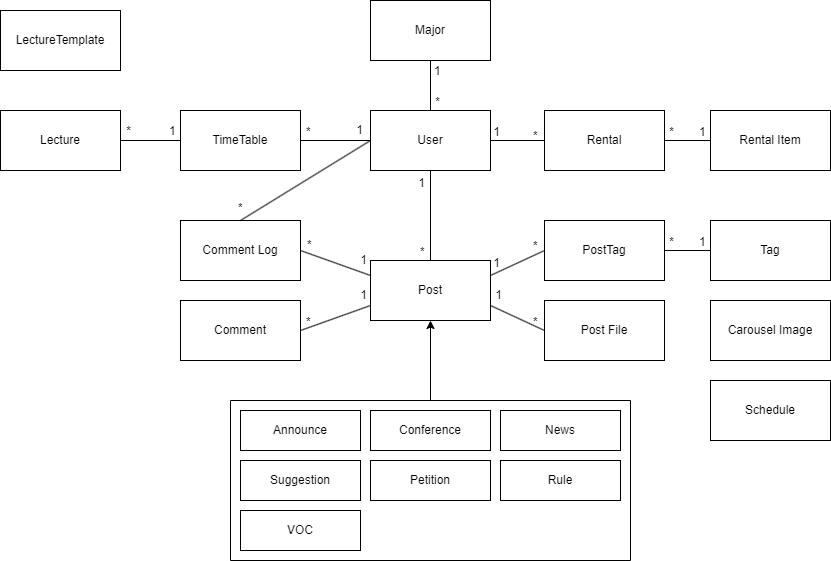
EveryUniv/student-council-homepage-backend keeps this draw.io diagram as docs/images/domain_model.png. Above is the earlier version. Source tidied: cells renumbered, new cells last; positions are measured from the earlier drawing's top-left corner, leaving out a move shared by most shapes.
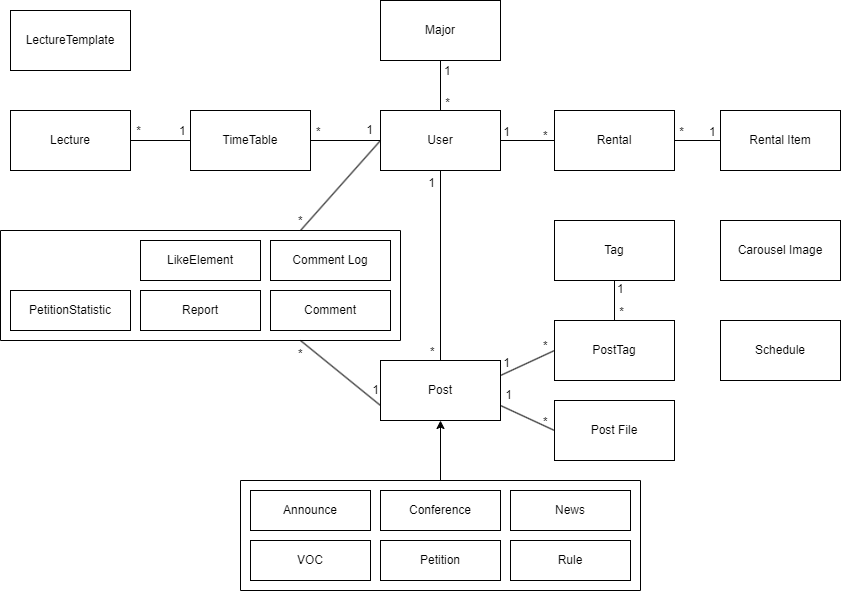
The same diagram one commit later.

Diff of the diagram source:
```diff
@@ -3,22 +3,16 @@
     <mxCell id="0" />
     <mxCell id="1" parent="0" />
     <mxCell id="2" value="Post" style="rounded=0;whiteSpace=wrap;html=1;" parent="1" vertex="1">
-      <mxGeometry x="370" y="260" width="120" height="60" as="geometry" />
+      <mxGeometry x="370" y="360" width="120" height="60" as="geometry" />
     </mxCell>
     <mxCell id="3" value="Carousel Image" style="rounded=0;whiteSpace=wrap;html=1;" parent="1" vertex="1">
-      <mxGeometry x="710" y="300" width="120" height="60" as="geometry" />
+      <mxGeometry x="710" y="220" width="120" height="60" as="geometry" />
     </mxCell>
     <mxCell id="4" value="User" style="rounded=0;whiteSpace=wrap;html=1;" parent="1" vertex="1">
       <mxGeometry x="370" y="110" width="120" height="60" as="geometry" />
     </mxCell>
-    <mxCell id="5" value="Comment Log" style="rounded=0;whiteSpace=wrap;html=1;" parent="1" vertex="1">
-      <mxGeometry x="180" y="220" width="120" height="60" as="geometry" />
-    </mxCell>
-    <mxCell id="6" value="Comment" style="rounded=0;whiteSpace=wrap;html=1;" parent="1" vertex="1">
-      <mxGeometry x="180" y="300" width="120" height="60" as="geometry" />
-    </mxCell>
     <mxCell id="7" value="Post File" style="rounded=0;whiteSpace=wrap;html=1;" parent="1" vertex="1">
-      <mxGeometry x="544" y="300" width="120" height="60" as="geometry" />
+      <mxGeometry x="544" y="400" width="120" height="60" as="geometry" />
     </mxCell>
     <mxCell id="8" style="endArrow=none;html=1;rounded=0;entryX=0.5;entryY=1;entryDx=0;entryDy=0;exitX=0.5;exitY=0;exitDx=0;exitDy=0;" parent="1" edge="1" source="2" target="4">
       <mxGeometry relative="1" as="geometry" />
@@ -33,17 +27,17 @@
         <mxPoint x="-5" y="21" as="offset" />
       </mxGeometry>
     </mxCell>
-    <mxCell id="11" style="endArrow=none;html=1;rounded=0;entryX=0;entryY=0.75;entryDx=0;entryDy=0;exitX=1;exitY=0.5;exitDx=0;exitDy=0;" parent="1" edge="1" source="6" target="2">
+    <mxCell id="11" style="endArrow=none;html=1;rounded=0;entryX=0;entryY=0.75;entryDx=0;entryDy=0;exitX=0.75;exitY=1;exitDx=0;exitDy=0;" parent="1" edge="1" source="61" target="2">
       <mxGeometry relative="1" as="geometry" />
     </mxCell>
     <mxCell id="12" value="*" style="html=1;align=left;verticalAlign=bottom;" parent="11" vertex="1">
       <mxGeometry x="-1" relative="1" as="geometry">
-        <mxPoint x="4" as="offset" />
+        <mxPoint x="-4" y="22" as="offset" />
       </mxGeometry>
     </mxCell>
     <mxCell id="13" value="1" style="html=1;align=right;verticalAlign=bottom;" parent="11" vertex="1">
       <mxGeometry x="1" relative="1" as="geometry">
-        <mxPoint x="-3" y="-2" as="offset" />
+        <mxPoint x="-2" y="-7" as="offset" />
       </mxGeometry>
     </mxCell>
     <mxCell id="14" style="endArrow=none;html=1;rounded=0;entryX=1;entryY=0.75;entryDx=0;entryDy=0;exitX=0;exitY=0.5;exitDx=0;exitDy=0;" parent="1" edge="1" source="7" target="2">
@@ -59,24 +53,11 @@
         <mxPoint x="12" y="-2" as="offset" />
       </mxGeometry>
     </mxCell>
-    <mxCell id="17" style="endArrow=none;html=1;rounded=0;entryX=0;entryY=0.25;entryDx=0;entryDy=0;exitX=1;exitY=0.5;exitDx=0;exitDy=0;" parent="1" edge="1" source="5" target="2">
-      <mxGeometry relative="1" as="geometry" />
-    </mxCell>
-    <mxCell id="18" value="*" style="html=1;align=left;verticalAlign=bottom;" parent="17" vertex="1">
-      <mxGeometry x="-1" relative="1" as="geometry">
-        <mxPoint x="5" y="3" as="offset" />
-      </mxGeometry>
-    </mxCell>
-    <mxCell id="19" value="1" style="html=1;align=right;verticalAlign=bottom;" parent="17" vertex="1">
-      <mxGeometry x="1" relative="1" as="geometry">
-        <mxPoint x="-3" y="-7" as="offset" />
-      </mxGeometry>
-    </mxCell>
     <mxCell id="20" style="edgeStyle=orthogonalEdgeStyle;rounded=0;jettySize=auto;html=1;exitX=0.5;exitY=0;exitDx=0;exitDy=0;entryX=0.5;entryY=1;entryDx=0;entryDy=0;" parent="1" edge="1" source="39" target="2">
       <mxGeometry relative="1" as="geometry" />
     </mxCell>
     <mxCell id="21" value="PostTag" style="rounded=0;whiteSpace=wrap;html=1;" parent="1" vertex="1">
-      <mxGeometry x="544" y="220" width="120" height="60" as="geometry" />
+      <mxGeometry x="544" y="320" width="120" height="60" as="geometry" />
     </mxCell>
     <mxCell id="22" style="endArrow=none;html=1;rounded=0;entryX=1;entryY=0.25;entryDx=0;entryDy=0;exitX=0;exitY=0.5;exitDx=0;exitDy=0;" parent="1" edge="1" source="21" target="2">
       <mxGeometry relative="1" as="geometry" />
@@ -91,12 +72,12 @@
         <mxPoint x="10" y="-4" as="offset" />
       </mxGeometry>
     </mxCell>
-    <mxCell id="25" style="endArrow=none;html=1;rounded=0;entryX=0;entryY=0.5;entryDx=0;entryDy=0;exitX=0.5;exitY=0;exitDx=0;exitDy=0;" parent="1" edge="1" source="5" target="4">
+    <mxCell id="25" style="endArrow=none;html=1;rounded=0;entryX=0;entryY=0.5;entryDx=0;entryDy=0;exitX=0.75;exitY=0;exitDx=0;exitDy=0;" parent="1" edge="1" source="61" target="4">
       <mxGeometry relative="1" as="geometry" />
     </mxCell>
     <mxCell id="26" value="*" style="html=1;align=left;verticalAlign=bottom;" parent="25" vertex="1">
       <mxGeometry x="-1" relative="1" as="geometry">
-        <mxPoint x="-4" y="-4" as="offset" />
+        <mxPoint x="-4" y="-1" as="offset" />
       </mxGeometry>
     </mxCell>
     <mxCell id="27" value="1" style="html=1;align=right;verticalAlign=bottom;" parent="25" vertex="1">
@@ -105,14 +86,14 @@
       </mxGeometry>
     </mxCell>
     <mxCell id="28" value="Tag" style="rounded=0;whiteSpace=wrap;html=1;" parent="1" vertex="1">
-      <mxGeometry x="710" y="220" width="120" height="60" as="geometry" />
+      <mxGeometry x="544" y="220" width="120" height="60" as="geometry" />
     </mxCell>
-    <mxCell id="29" style="endArrow=none;html=1;rounded=0;entryX=1;entryY=0.5;entryDx=0;entryDy=0;exitX=0;exitY=0.5;exitDx=0;exitDy=0;" parent="1" edge="1" source="28" target="21">
+    <mxCell id="29" style="endArrow=none;html=1;rounded=0;entryX=0.5;entryY=0;entryDx=0;entryDy=0;exitX=0.5;exitY=1;exitDx=0;exitDy=0;" parent="1" edge="1" source="28" target="21">
       <mxGeometry relative="1" as="geometry" />
     </mxCell>
     <mxCell id="30" value="1" style="html=1;align=left;verticalAlign=bottom;" parent="29" vertex="1">
       <mxGeometry x="-1" relative="1" as="geometry">
-        <mxPoint x="-13" as="offset" />
+        <mxPoint x="1" y="17" as="offset" />
       </mxGeometry>
     </mxCell>
     <mxCell id="31" value="*" style="html=1;align=right;verticalAlign=bottom;" parent="29" vertex="1">
@@ -120,30 +101,6 @@
         <mxPoint x="10" as="offset" />
       </mxGeometry>
     </mxCell>
-    <mxCell id="32" value="VOC" style="rounded=0;whiteSpace=wrap;html=1;" parent="1" vertex="1">
-      <mxGeometry x="240" y="510" width="120" height="40" as="geometry" />
-    </mxCell>
-    <mxCell id="33" value="Announce" style="rounded=0;whiteSpace=wrap;html=1;" parent="1" vertex="1">
-      <mxGeometry x="240" y="410" width="120" height="40" as="geometry" />
-    </mxCell>
-    <mxCell id="34" value="Conference" style="rounded=0;whiteSpace=wrap;html=1;" parent="1" vertex="1">
-      <mxGeometry x="370" y="410" width="120" height="40" as="geometry" />
-    </mxCell>
-    <mxCell id="35" value="News" style="rounded=0;whiteSpace=wrap;html=1;" parent="1" vertex="1">
-      <mxGeometry x="500" y="410" width="120" height="40" as="geometry" />
-    </mxCell>
-    <mxCell id="36" value="Rule" style="rounded=0;whiteSpace=wrap;html=1;" parent="1" vertex="1">
-      <mxGeometry x="500" y="460" width="120" height="40" as="geometry" />
-    </mxCell>
-    <mxCell id="37" value="Petition" style="rounded=0;whiteSpace=wrap;html=1;" parent="1" vertex="1">
-      <mxGeometry x="370" y="460" width="120" height="40" as="geometry" />
-    </mxCell>
-    <mxCell id="38" value="Suggestion" style="rounded=0;whiteSpace=wrap;html=1;" parent="1" vertex="1">
-      <mxGeometry x="240" y="460" width="120" height="40" as="geometry" />
-    </mxCell>
-    <mxCell id="39" style="swimlane;startSize=0;" parent="1" vertex="1">
-      <mxGeometry x="230" y="400" width="400" height="160" as="geometry" />
-    </mxCell>
     <mxCell id="40" value="Rental Item" style="rounded=0;whiteSpace=wrap;html=1;" parent="1" vertex="1">
       <mxGeometry x="710" y="110" width="120" height="60" as="geometry" />
     </mxCell>
@@ -223,7 +180,49 @@
       <mxGeometry y="10" width="120" height="60" as="geometry" />
     </mxCell>
     <mxCell id="60" value="Schedule" style="rounded=0;whiteSpace=wrap;html=1;" parent="1" vertex="1">
-      <mxGeometry x="710" y="380" width="120" height="60" as="geometry" />
+      <mxGeometry x="710" y="320" width="120" height="60" as="geometry" />
     </mxCell>
+    <mxCell id="61" style="swimlane;startSize=0;" parent="1" vertex="1">
+      <mxGeometry x="-10" y="230" width="400" height="110" as="geometry" />
+    </mxCell>
+    <mxCell id="5" value="Comment Log" style="rounded=0;whiteSpace=wrap;html=1;" parent="61" vertex="1">
+      <mxGeometry x="270" y="10" width="120" height="40" as="geometry" />
+    </mxCell>
+    <mxCell id="6" value="Comment" style="rounded=0;whiteSpace=wrap;html=1;" parent="61" vertex="1">
+      <mxGeometry x="270" y="60" width="120" height="40" as="geometry" />
+    </mxCell>
+    <mxCell id="62" value="Report" style="rounded=0;whiteSpace=wrap;html=1;" parent="61" vertex="1">
+      <mxGeometry x="140" y="60" width="120" height="40" as="geometry" />
+    </mxCell>
+    <mxCell id="63" value="LikeElement" style="rounded=0;whiteSpace=wrap;html=1;" parent="61" vertex="1">
+      <mxGeometry x="140" y="10" width="120" height="40" as="geometry" />
+    </mxCell>
+    <mxCell id="64" value="PetitionStatistic" style="rounded=0;whiteSpace=wrap;html=1;" parent="61" vertex="1">
+      <mxGeometry x="10" y="60" width="120" height="40" as="geometry" />
+    </mxCell>
+    <mxCell id="65" style="group;" parent="1" vertex="1">
+      <mxGeometry x="230" y="480" width="400" height="110" as="geometry" />
+    </mxCell>
+    <mxCell id="33" value="Announce" style="rounded=0;whiteSpace=wrap;html=1;" parent="65" vertex="1">
+      <mxGeometry x="10" y="10" width="120" height="40" as="geometry" />
+    </mxCell>
+    <mxCell id="34" value="Conference" style="rounded=0;whiteSpace=wrap;html=1;" parent="65" vertex="1">
+      <mxGeometry x="140" y="10" width="120" height="40" as="geometry" />
+    </mxCell>
+    <mxCell id="35" value="News" style="rounded=0;whiteSpace=wrap;html=1;" parent="65" vertex="1">
+      <mxGeometry x="270" y="10" width="120" height="40" as="geometry" />
+    </mxCell>
+    <mxCell id="36" value="Rule" style="rounded=0;whiteSpace=wrap;html=1;" parent="65" vertex="1">
+      <mxGeometry x="270" y="60" width="120" height="40" as="geometry" />
+    </mxCell>
+    <mxCell id="37" value="Petition" style="rounded=0;whiteSpace=wrap;html=1;" parent="65" vertex="1">
+      <mxGeometry x="140" y="60" width="120" height="40" as="geometry" />
+    </mxCell>
+    <mxCell id="39" style="swimlane;startSize=0;" parent="65" vertex="1">
+      <mxGeometry width="400" height="110" as="geometry" />
+    </mxCell>
+    <mxCell id="32" value="VOC" style="rounded=0;whiteSpace=wrap;html=1;" parent="39" vertex="1">
+      <mxGeometry x="10" y="60" width="120" height="40" as="geometry" />
+    </mxCell>
   </root>
 </mxGraphModel>
```
